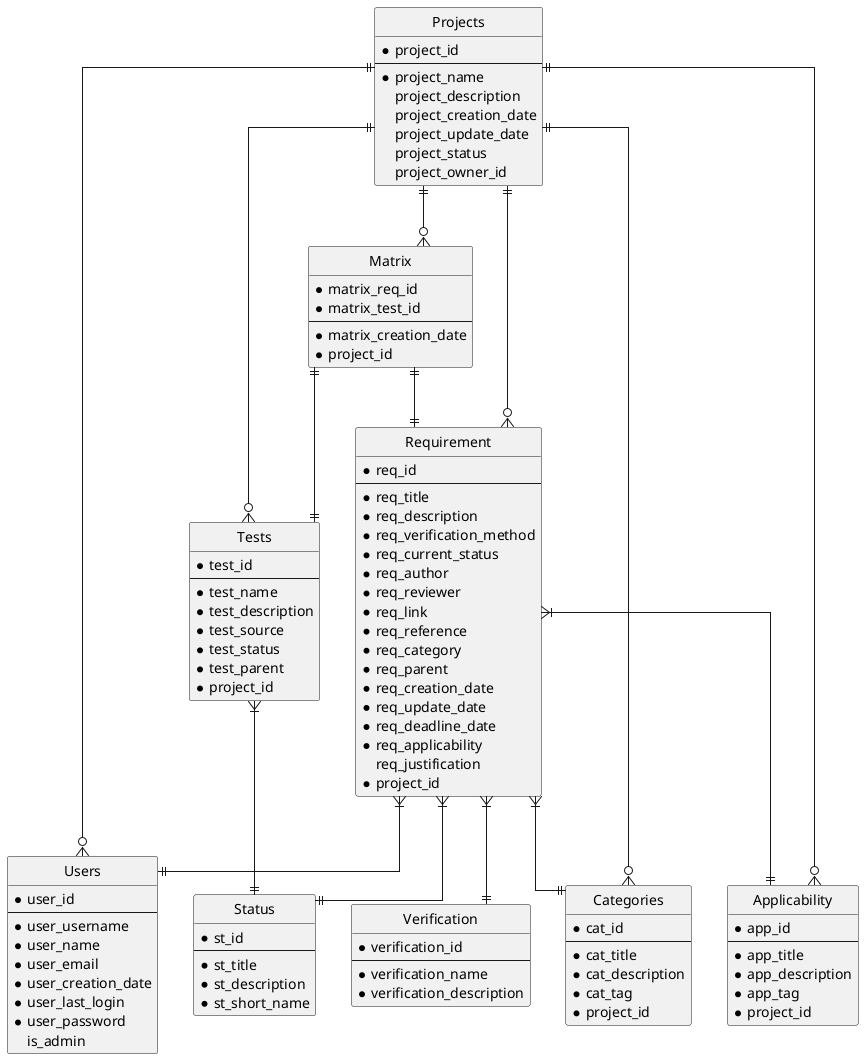
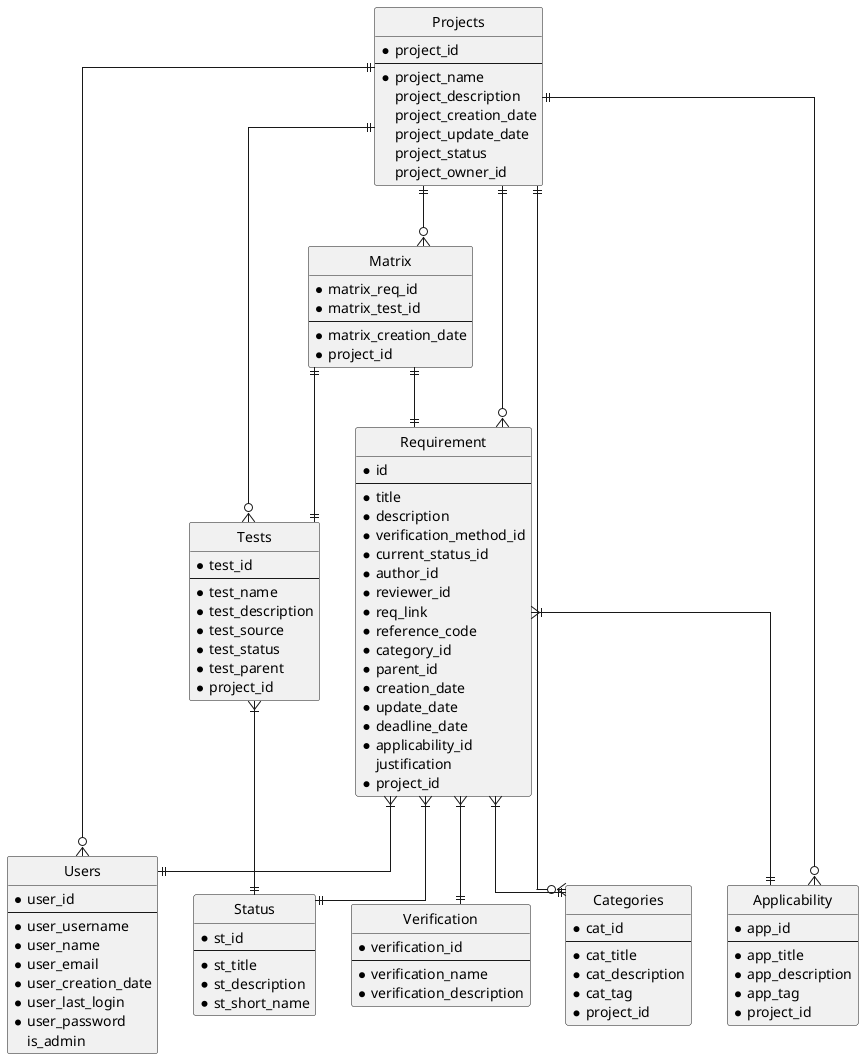
@startuml ER diagram

hide circle
skinparam linetype ortho

entity "Projects" as proj {
* project_id
---
* project_name
project_description
project_creation_date
project_update_date
project_status
project_owner_id
}

entity "Requirement" as req {
- * req_id
+ * id
---
- * req_title
- * req_description
- * req_verification_method
- * req_current_status
- * req_author
- * req_reviewer
+ * title
+ * description
+ * verification_method_id
+ * current_status_id
+ * author_id
+ * reviewer_id
* req_link
- * req_reference
- * req_category
- * req_parent
- * req_creation_date
- * req_update_date
- * req_deadline_date
- * req_applicability
- req_justification
+ * reference_code
+ * category_id
+ * parent_id
+ * creation_date
+ * update_date
+ * deadline_date
+ * applicability_id
+ justification
* project_id
}

entity "Users" as user {
* user_id
---
* user_username
* user_name
* user_email
* user_creation_date
* user_last_login
* user_password
is_admin
}

entity "Status" as st {
* st_id
---
* st_title
* st_description
* st_short_name
}

entity "Categories" as cat {
* cat_id
---
* cat_title
* cat_description
* cat_tag
* project_id
}

entity "Applicability" as app {
* app_id
---
* app_title
* app_description
* app_tag
* project_id
}

entity "Tests" as test {
* test_id
---
* test_name
* test_description
* test_source
* test_status
* test_parent
* project_id
}

entity "Matrix" as matrix {
* matrix_req_id
* matrix_test_id
---
* matrix_creation_date
* project_id
}

entity "Verification" as verification {
* verification_id
---
* verification_name
* verification_description
}

proj ||--o{ req
proj ||--o{ user
proj ||--o{ cat
proj ||--o{ app
proj ||--o{ test
proj ||--o{ matrix

req  }|--|| st
req  }|--|| cat
req  }|--|| user
req  }|--|| verification
req  }|--|| app
test   }|--|| st
matrix ||--|| req
matrix ||--|| test

@enduml
